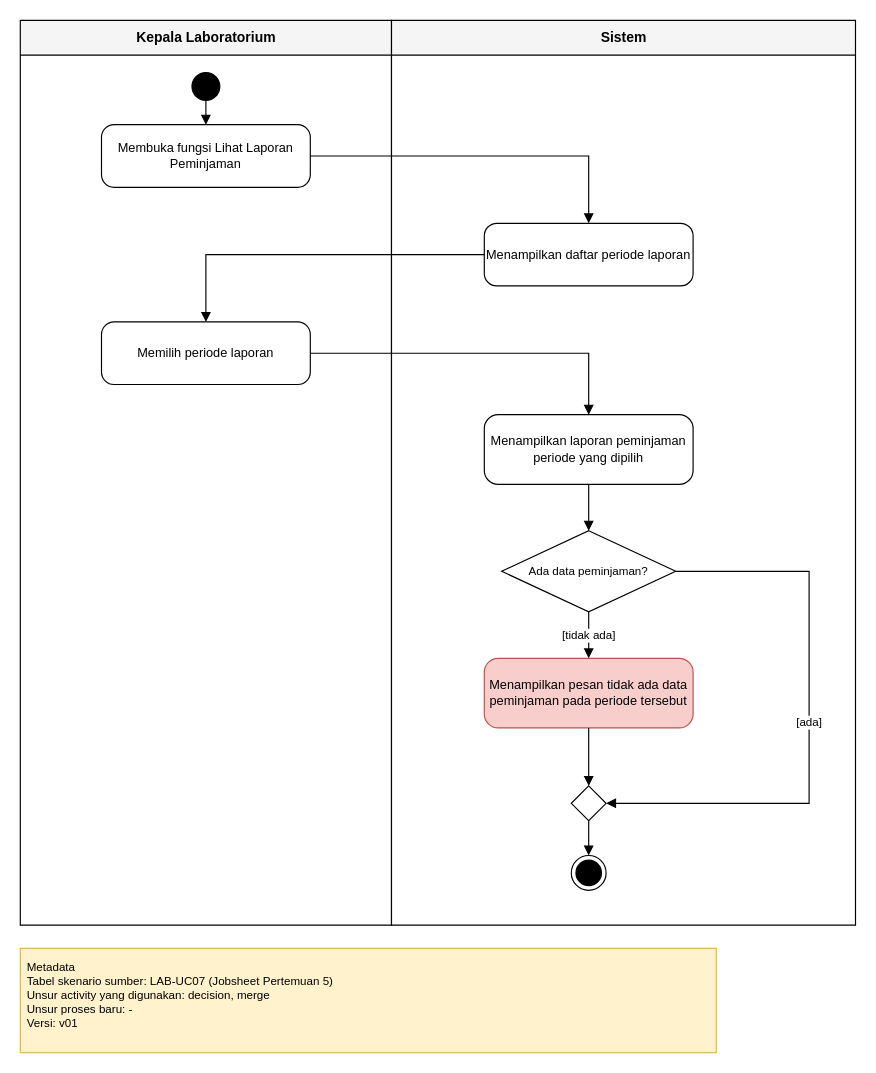
Above: 04_model_analisis/P06/LAB/P06_2406027_LAB_activity_laporan_v01.drawio in Muhamadrojaka15/IFRWP5149_2406027_LabAlat (draw.io), before the change. Source tidied: cells renumbered, new cells numbered last; positions are measured from the earlier drawing's top-left corner, leaving out a move shared by most shapes. Both pictures are drawn from the tidied source at 116%, with x=0, y=0 at pixel (20, 20).
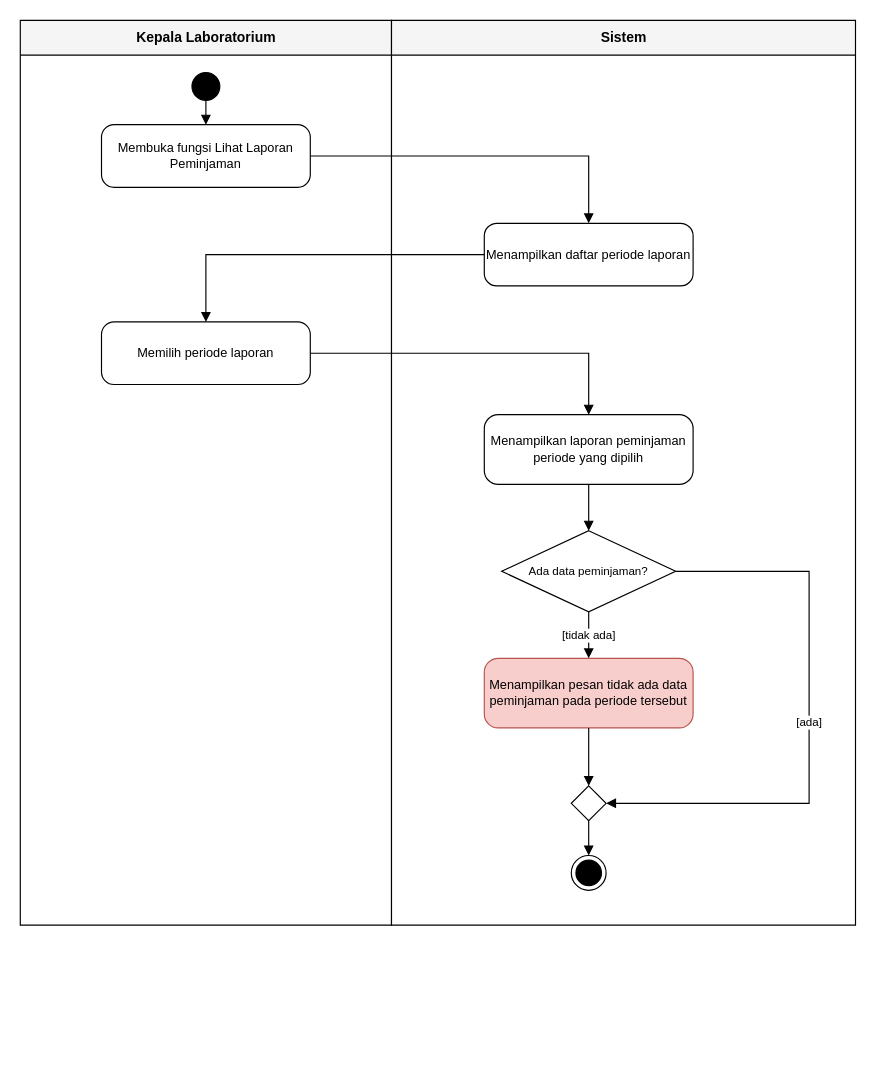
Above is the later version.

What changed in the source:
```diff
@@
-    <mxCell id="22" value="Metadata&#10;Tabel skenario sumber: LAB-UC07 (Jobsheet Pertemuan 5)&#10;Unsur activity yang digunakan: decision, merge&#10;Unsur proses baru: -&#10;Versi: v01" style="text;html=1;whiteSpace=wrap;align=left;verticalAlign=top;fontSize=10;fillColor=#fff2cc;strokeColor=#d6b656;spacing=6;" parent="1" vertex="1">
-      <mxGeometry y="800" width="600" height="90" as="geometry" />
-    </mxCell>
```
